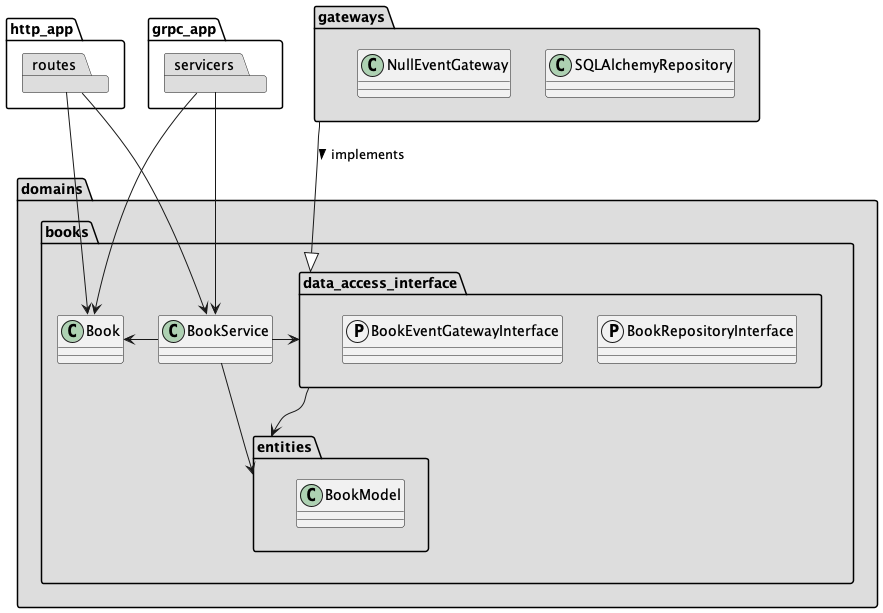
Earlier version of the PlantUML export architecture.png (febus982/bootstrap-python-fastapi).
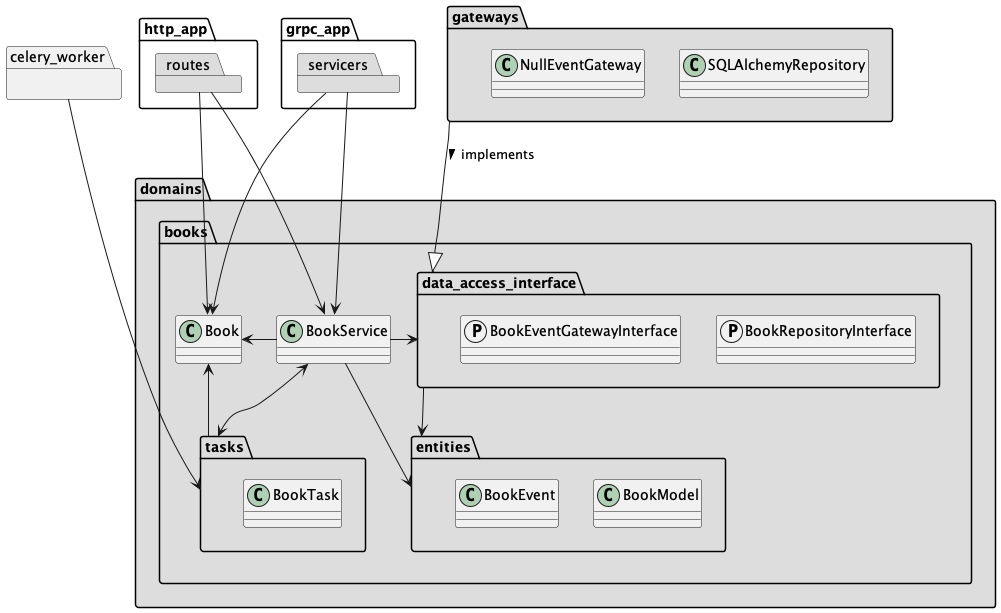
After the change.

Commit message:
Update architecture map

Diff of the diagram source:
```diff
@@ -2,11 +2,13 @@
 allowmixing
 skinparam componentStyle uml1
 
-package http_app {
+package celery_worker {}
+
+package http_app #fff {
     package routes #DDDDDD
 }
 
-package grpc_app {
+package grpc_app #fff {
     package servicers #DDDDDD
 }
 
@@ -17,6 +19,11 @@
 
         package entities {
             class BookModel
+            class BookEvent
+        }
+
+        package tasks {
+            class BookTask
         }
 
         package data_access_interface {
@@ -36,6 +43,9 @@
 routes --> Book
 servicers --> BookService
 servicers --> Book
+celery_worker ---> tasks
+tasks <-u-> BookService
+tasks -u-> Book
 
 BookService -l-> Book
 BookService --> entities
```
